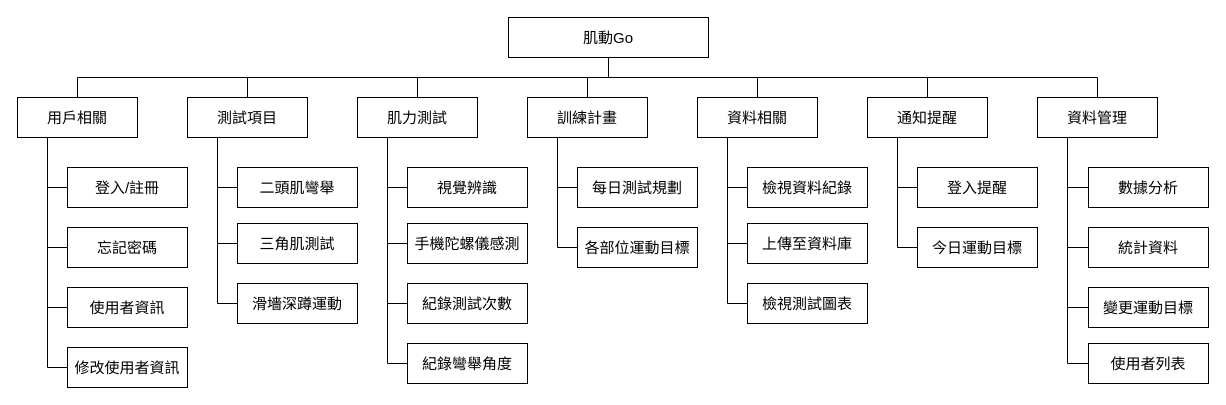
The draw.io diagram Functional Decomposition Diagram .drawio in 111406/relevant-documents, before the edit. Source tidied: cells renumbered, new cells numbered last; positions are measured from the earlier drawing's top-left corner, leaving out a move shared by most shapes. Both pictures are drawn from the tidied source at 100%, with x=0, y=0 at pixel (17, 17).
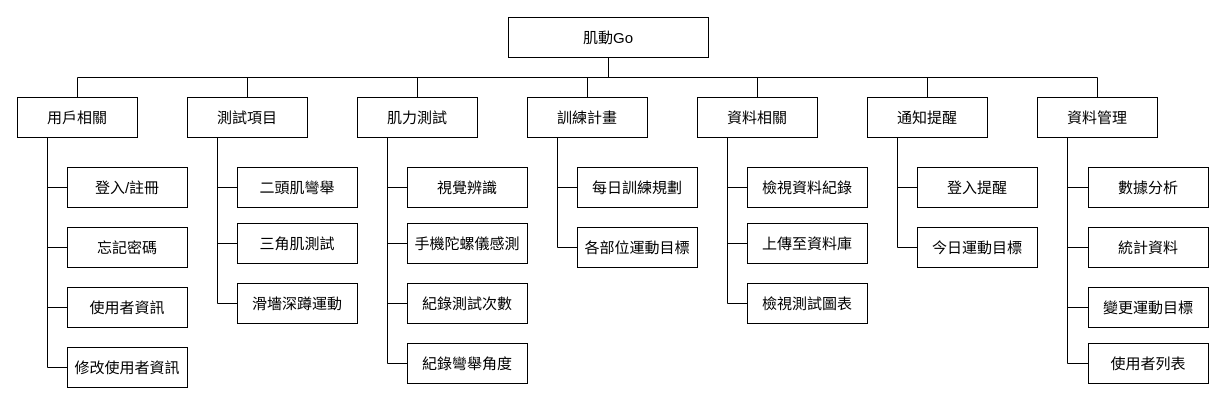
Above is the later version.

Diff of the diagram source:
```diff
@@
-    <mxCell id="48" value="每日測試規劃" style="rounded=0;whiteSpace=wrap;html=1;fontSize=15;" parent="1" vertex="1">
+    <mxCell id="48" value="每日訓練規劃" style="rounded=0;whiteSpace=wrap;html=1;fontSize=15;" parent="1" vertex="1">
       <mxGeometry x="560" y="150" width="120" height="40" as="geometry" />
     </mxCell>
```
